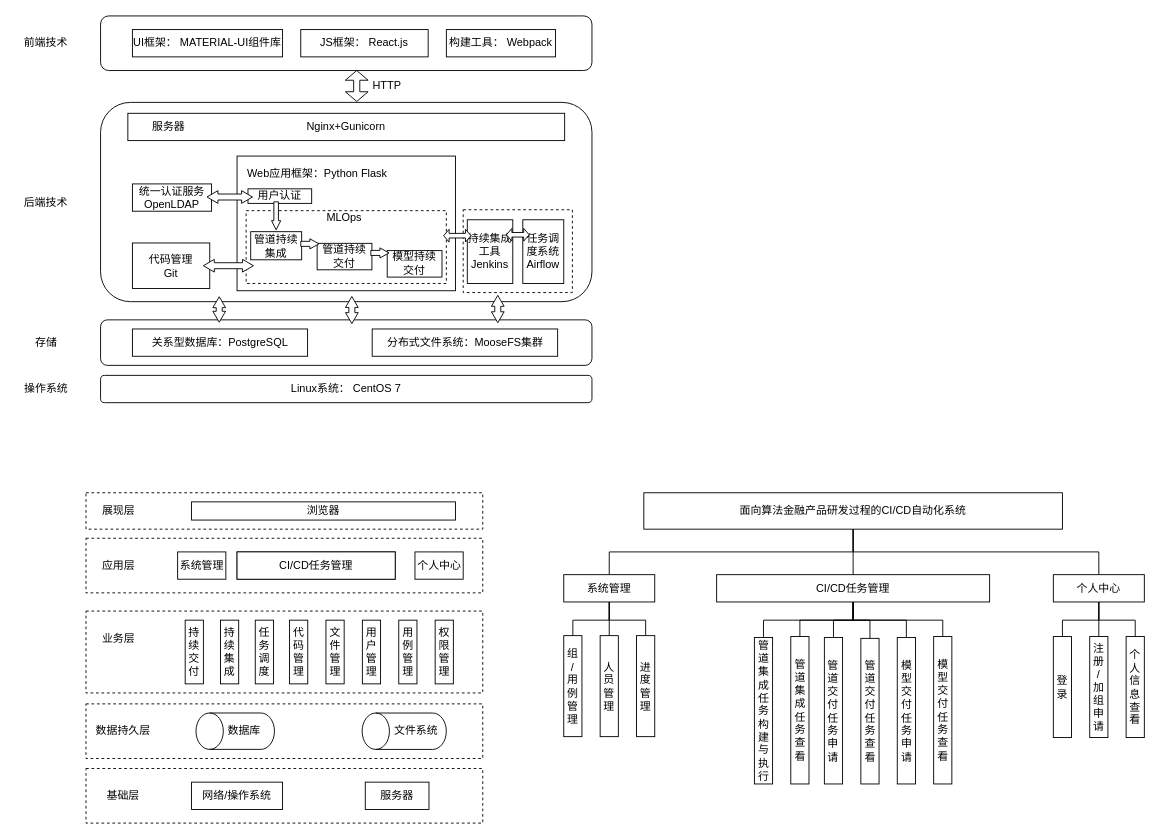
Above: 系统技术框架图.drawio in Sequin-hdd/COINFO (draw.io), before the change. Source tidied: cells renumbered, new cells numbered last; positions are measured from the earlier drawing's top-left corner, leaving out a move shared by most shapes. Both pictures are drawn from the tidied source at 91%, with x=0, y=0 at pixel (15, 15).
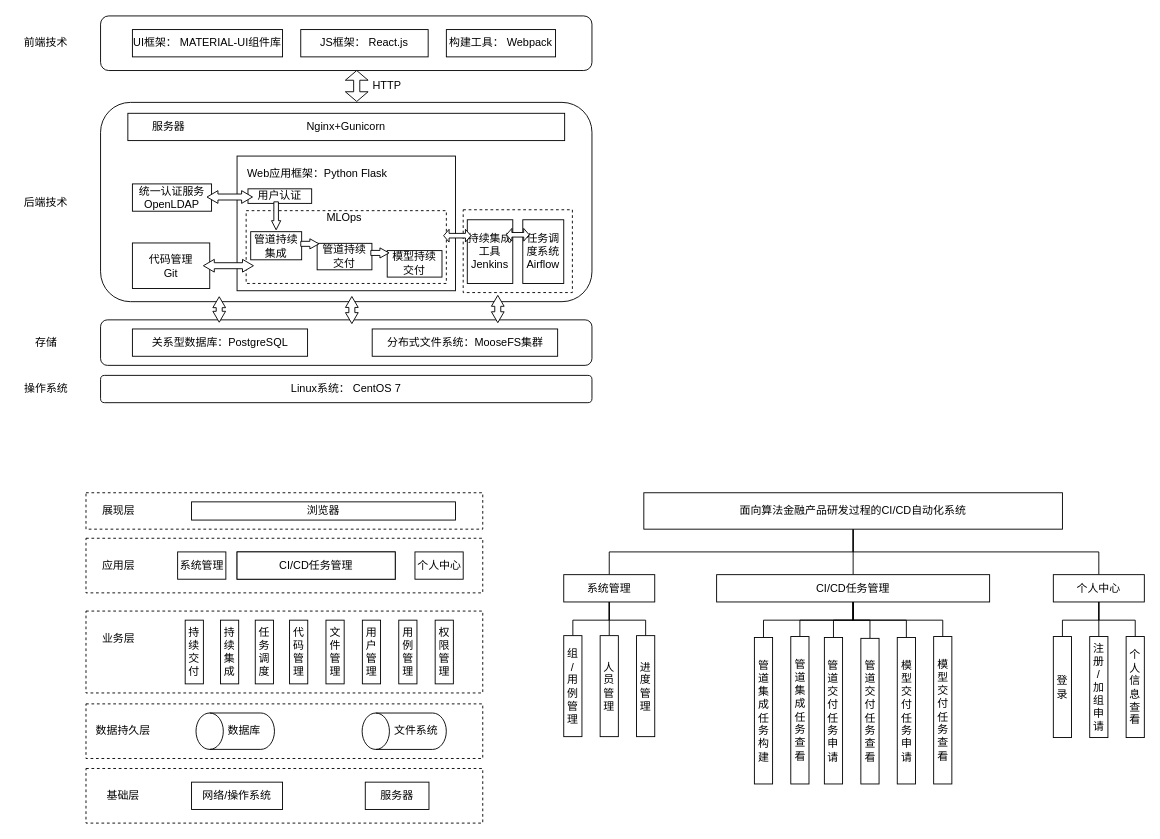
After the change.

Commit message:
更新系统技术框架图.drawio

Diff of the diagram source:
```diff
@@
-    <mxCell id="92" value="管道&lt;br&gt;集成任务构建与执行" style="rounded=0;whiteSpace=wrap;html=1;" parent="1" vertex="1">
+    <mxCell id="92" value="管道&lt;br&gt;集成任务构建" style="rounded=0;whiteSpace=wrap;html=1;" parent="1" vertex="1">
       <mxGeometry x="811.5" y="683" width="20" height="161" as="geometry" />
     </mxCell>
```
